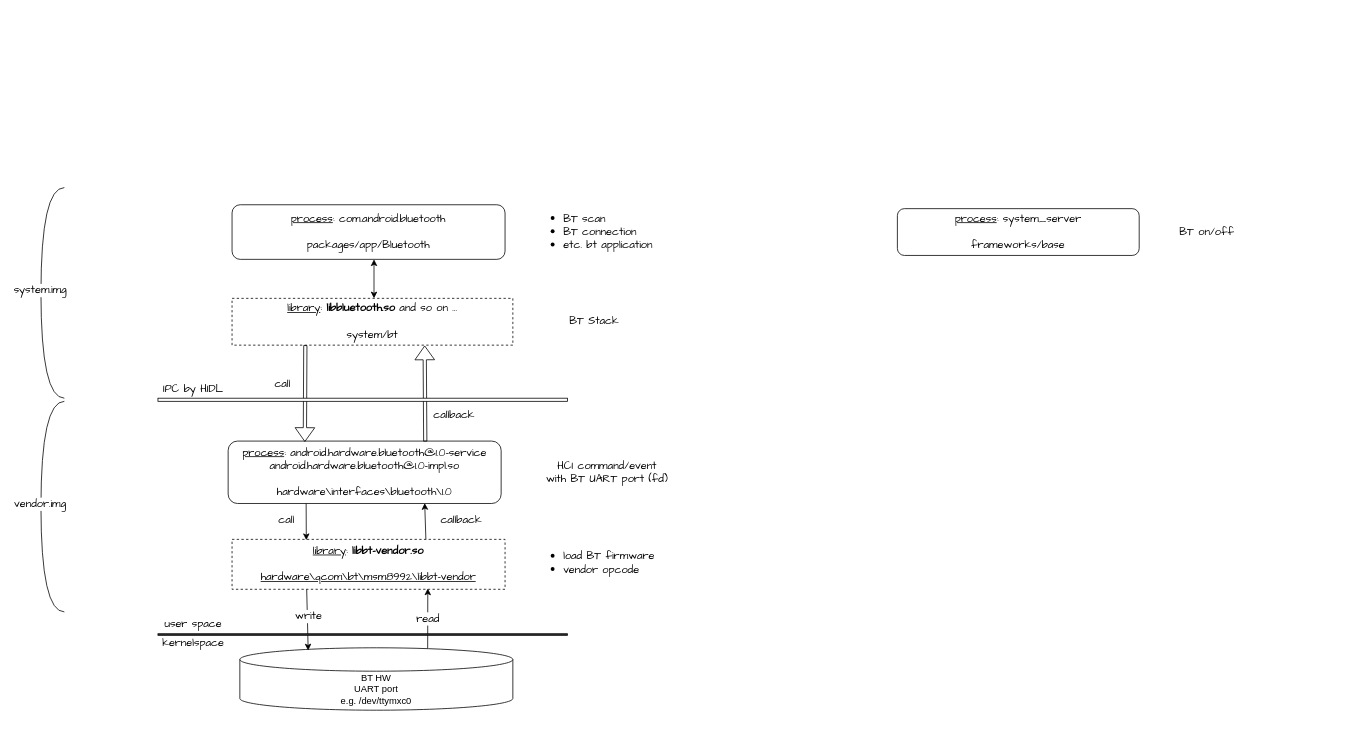
Earlier version of the draw.io diagram BT/diagram/BT module hierachy.drawio (tingkts/Android-WiFi-BT). Source tidied: cells renumbered, new cells numbered last; positions are measured from the earlier drawing's top-left corner, leaving out a move shared by most shapes. Both pictures are drawn from the tidied source at 78%, with x=0, y=0 at pixel (41, 187).
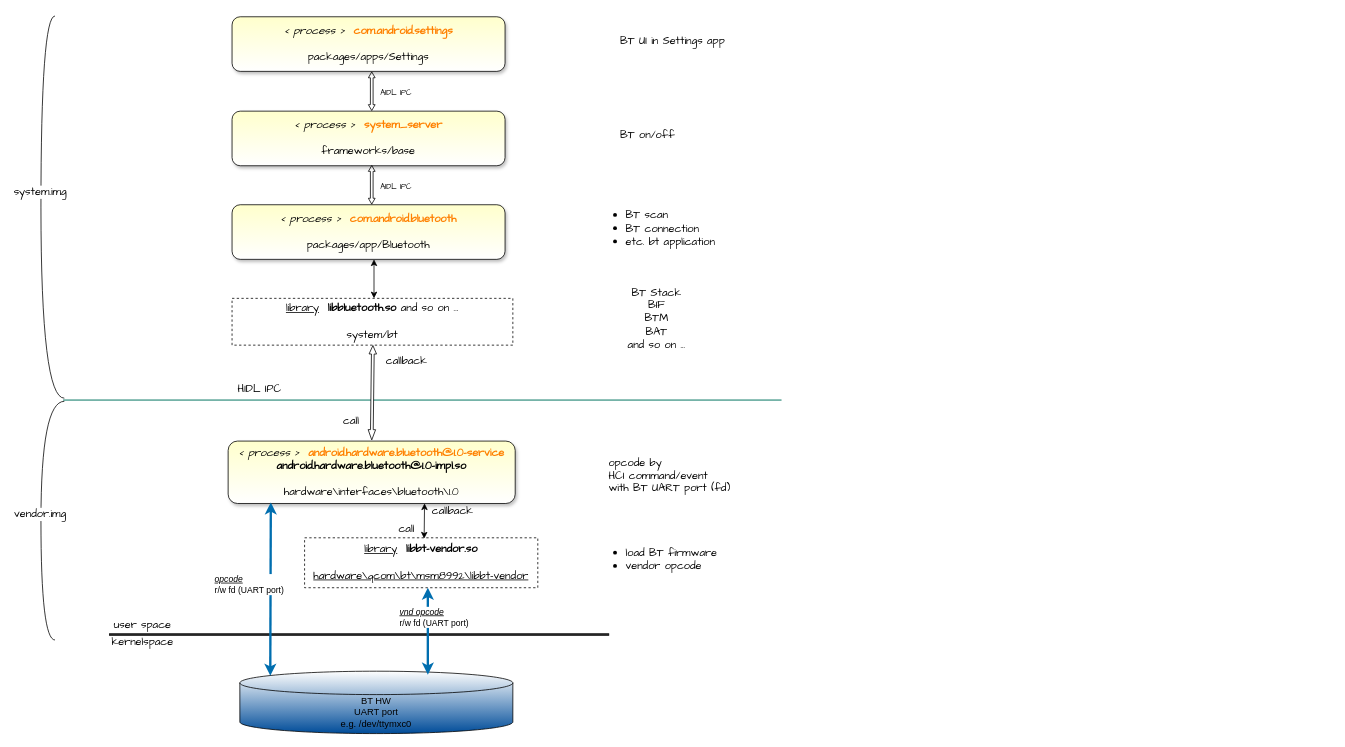
Above is the later version.

Diff of the diagram source:
```diff
@@
-    <mxCell id="2" value="&lt;u style=&quot;font-size: 14px&quot;&gt;process&lt;/u&gt;&lt;span style=&quot;font-size: 14px&quot;&gt;:&lt;/span&gt;&lt;span style=&quot;font-size: 14px&quot;&gt;&amp;nbsp;com.android.bluetooth&lt;/span&gt;&lt;br style=&quot;font-size: 14px&quot;&gt;&lt;br style=&quot;font-size: 14px&quot;&gt;&lt;span style=&quot;font-size: 14px&quot;&gt;packages/app/Bluetooth&lt;/span&gt;" style="rounded=1;whiteSpace=wrap;html=1;fontSize=14;fontFamily=Comic Sans MS;" parent="1" vertex="1">
+    <mxCell id="2" value="&lt;i&gt;&amp;lt; process &amp;gt;&lt;/i&gt;&lt;span style=&quot;font-size: 14px&quot;&gt;&amp;nbsp;&amp;nbsp;&lt;b&gt;&lt;font color=&quot;#ff8000&quot;&gt;com.android.bluetooth&lt;/font&gt;&lt;/b&gt;&lt;/span&gt;&lt;br style=&quot;font-size: 14px&quot;&gt;&lt;br style=&quot;font-size: 14px&quot;&gt;&lt;span style=&quot;font-size: 14px&quot;&gt;packages/app/Bluetooth&lt;/span&gt;" style="rounded=1;whiteSpace=wrap;html=1;fontSize=14;fontFamily=Comic Sans MS;shadow=1;fillColor=#FFFFCC;gradientColor=#ffffff;gradientDirection=south;" parent="1" vertex="1">
       <mxGeometry x="245" y="22" width="350" height="70" as="geometry" />
     </mxCell>
-    <mxCell id="3" value="&lt;u style=&quot;font-size: 14px;&quot;&gt;process&lt;/u&gt;:&amp;nbsp;&lt;span style=&quot;font-size: 14px;&quot;&gt;system_server&lt;br style=&quot;font-size: 14px;&quot;&gt;&lt;br style=&quot;font-size: 14px;&quot;&gt;frameworks/base&lt;br style=&quot;font-size: 14px;&quot;&gt;&lt;/span&gt;" style="rounded=1;whiteSpace=wrap;html=1;fontSize=14;fontFamily=Comic Sans MS;" parent="1" vertex="1">
-      <mxGeometry x="1098" y="27" width="310" height="60" as="geometry" />
+    <mxCell id="3" value="&lt;i&gt;&amp;lt; process &amp;gt;&amp;nbsp;&amp;nbsp;&lt;/i&gt;&lt;span style=&quot;font-size: 14px&quot;&gt;&lt;font color=&quot;#ff8000&quot;&gt;&lt;b&gt;system_server&lt;/b&gt;&lt;br style=&quot;font-size: 14px&quot;&gt;&lt;/font&gt;&lt;br style=&quot;font-size: 14px&quot;&gt;frameworks/base&lt;br style=&quot;font-size: 14px&quot;&gt;&lt;/span&gt;" style="rounded=1;whiteSpace=wrap;html=1;fontSize=14;fontFamily=Comic Sans MS;shadow=1;fillColor=#FFFFCC;gradientColor=#ffffff;" parent="1" vertex="1">
+      <mxGeometry x="245" y="-98" width="350" height="70" as="geometry" />
     </mxCell>
-    <mxCell id="4" value="&lt;span style=&quot;font-size: 14px&quot;&gt;&lt;u&gt;process&lt;/u&gt;: android.hardware.bluetooth@1.0-service&lt;/span&gt;&lt;br style=&quot;font-size: 14px&quot;&gt;&lt;span style=&quot;font-size: 14px&quot;&gt;android.hardware.bluetooth@1.0-impl.so&lt;/span&gt;&lt;br style=&quot;font-size: 14px&quot;&gt;&lt;br style=&quot;font-size: 14px&quot;&gt;&lt;span style=&quot;font-size: 14px&quot;&gt;hardware\interfaces\bluetooth\1.0&lt;/span&gt;" style="rounded=1;whiteSpace=wrap;html=1;fontSize=14;fontFamily=Comic Sans MS;" parent="1" vertex="1">
-      <mxGeometry x="240" y="325" width="350" height="80" as="geometry" />
+    <mxCell id="4" value="&lt;span style=&quot;font-size: 14px&quot;&gt;&lt;i&gt;&amp;lt; process &amp;gt;&amp;nbsp;&lt;/i&gt;&amp;nbsp;&lt;b&gt;&lt;font color=&quot;#ff8000&quot;&gt;android.hardware.bluetooth@1.0-service&lt;/font&gt;&lt;/b&gt;&lt;/span&gt;&lt;br style=&quot;font-size: 14px&quot;&gt;&lt;span style=&quot;font-size: 14px&quot;&gt;&lt;b&gt;android.hardware.bluetooth@1.0-impl.so&lt;/b&gt;&lt;/span&gt;&lt;br style=&quot;font-size: 14px&quot;&gt;&lt;br style=&quot;font-size: 14px&quot;&gt;&lt;span style=&quot;font-size: 14px&quot;&gt;hardware\interfaces\bluetooth\1.0&lt;/span&gt;" style="rounded=1;whiteSpace=wrap;html=1;fontSize=14;fontFamily=Comic Sans MS;shadow=1;gradientDirection=south;fillColor=#FFFFCC;gradientColor=#ffffff;" parent="1" vertex="1">
+      <mxGeometry x="240" y="325" width="368" height="80" as="geometry" />
     </mxCell>
-    <mxCell id="5" value="&lt;u style=&quot;font-size: 14px&quot;&gt;library&lt;/u&gt;&lt;span style=&quot;font-size: 14px&quot;&gt;: &lt;b&gt;libbluetooth.so&lt;/b&gt; and so on ...&lt;/span&gt;&lt;br style=&quot;font-size: 14px&quot;&gt;&lt;br style=&quot;font-size: 14px&quot;&gt;&lt;span style=&quot;font-size: 14px&quot;&gt;system/bt&lt;/span&gt;" style="rounded=0;whiteSpace=wrap;html=1;fontSize=14;fontFamily=Comic Sans MS;dashed=1;" parent="1" vertex="1">
+    <mxCell id="5" value="&lt;u style=&quot;font-size: 14px&quot;&gt;library&lt;/u&gt;&lt;span style=&quot;font-size: 14px&quot;&gt;&amp;nbsp;&amp;nbsp;&lt;/span&gt;&lt;span style=&quot;font-size: 14px&quot;&gt;&lt;b&gt;libbluetooth.so&lt;/b&gt; and so on ...&lt;/span&gt;&lt;br style=&quot;font-size: 14px&quot;&gt;&lt;br style=&quot;font-size: 14px&quot;&gt;&lt;span style=&quot;font-size: 14px&quot;&gt;system/bt&lt;/span&gt;" style="rounded=0;whiteSpace=wrap;html=1;fontSize=14;fontFamily=Comic Sans MS;dashed=1;shadow=0;" parent="1" vertex="1">
       <mxGeometry x="245" y="142" width="360" height="60" as="geometry" />
     </mxCell>
-    <mxCell id="6" value="&lt;u style=&quot;font-size: 14px&quot;&gt;library&lt;/u&gt;&lt;span style=&quot;font-size: 14px&quot;&gt;: &lt;b&gt;libbt-vendor.so&lt;/b&gt;&lt;/span&gt;&lt;br style=&quot;font-size: 14px&quot;&gt;&lt;br style=&quot;font-size: 14px&quot;&gt;&lt;u style=&quot;font-size: 14px&quot;&gt;hardware\qcom\bt\msm8992\libbt-vendor&lt;/u&gt;" style="rounded=0;whiteSpace=wrap;html=1;fontSize=14;fontFamily=Comic Sans MS;dashed=1;" parent="1" vertex="1">
-      <mxGeometry x="245" y="451" width="350" height="64" as="geometry" />
+    <mxCell id="6" value="&lt;u style=&quot;font-size: 14px&quot;&gt;library&lt;/u&gt;&lt;span style=&quot;font-size: 14px&quot;&gt;&amp;nbsp;&amp;nbsp;&lt;/span&gt;&lt;span style=&quot;font-size: 14px&quot;&gt;&lt;b&gt;libbt-vendor.so&lt;/b&gt;&lt;/span&gt;&lt;br style=&quot;font-size: 14px&quot;&gt;&lt;br style=&quot;font-size: 14px&quot;&gt;&lt;u style=&quot;font-size: 14px&quot;&gt;hardware\qcom\bt\msm8992\libbt-vendor&lt;/u&gt;" style="rounded=0;whiteSpace=wrap;html=1;fontSize=14;fontFamily=Comic Sans MS;dashed=1;glass=0;sketch=0;" parent="1" vertex="1">
+      <mxGeometry x="338" y="449" width="299" height="64" as="geometry" />
     </mxCell>
     <mxCell id="7" value="&lt;ul style=&quot;font-size: 14px;&quot;&gt;&lt;li style=&quot;font-size: 14px;&quot;&gt;&lt;font style=&quot;font-size: 14px;&quot;&gt;load BT firmware&lt;/font&gt;&lt;/li&gt;&lt;li style=&quot;font-size: 14px;&quot;&gt;&lt;font style=&quot;font-size: 14px;&quot;&gt;vendor opcode&lt;/font&gt;&lt;/li&gt;&lt;/ul&gt;" style="text;html=1;strokeColor=none;fillColor=none;align=left;verticalAlign=middle;whiteSpace=wrap;rounded=0;fontSize=14;fontFamily=Comic Sans MS;" parent="1" vertex="1">
-      <mxGeometry x="628" y="459" width="196" height="44" as="geometry" />
+      <mxGeometry x="708" y="455" width="196" height="44" as="geometry" />
     </mxCell>
-    <mxCell id="8" style="endArrow=classic;html=1;fontFamily=Comic Sans MS;fontSize=14;entryX=0.272;entryY=0.016;entryDx=0;entryDy=0;entryPerimeter=0;" parent="1" edge="1" target="6">
-      <mxGeometry relative="1" as="geometry">
-        <mxPoint x="340" y="405" as="sourcePoint" />
-        <Array as="points">
-          <mxPoint x="340" y="405" />
-        </Array>
-      </mxGeometry>
-    </mxCell>
-    <mxCell id="9" style="endArrow=classic;html=1;fontFamily=Comic Sans MS;fontSize=14;entryX=0.72;entryY=0.994;entryDx=0;entryDy=0;entryPerimeter=0;exitX=0.71;exitY=0;exitDx=0;exitDy=0;exitPerimeter=0;" parent="1" edge="1" source="6" target="4">
-      <mxGeometry relative="1" as="geometry" />
-    </mxCell>
     <mxCell id="10" value="callback" style="text;html=1;strokeColor=none;fillColor=none;align=center;verticalAlign=middle;whiteSpace=wrap;rounded=0;dashed=1;fontFamily=Comic Sans MS;fontSize=14;" parent="1" vertex="1">
-      <mxGeometry x="519" y="416" width="40" height="20" as="geometry" />
+      <mxGeometry x="508" y="405" width="40" height="20" as="geometry" />
     </mxCell>
-    <mxCell id="11" style="shape=flexArrow;endArrow=classic;html=1;fontFamily=Comic Sans MS;fontSize=14;entryX=0.686;entryY=1.009;entryDx=0;entryDy=0;entryPerimeter=0;width=4.166666666666667;endSize=5.572222222222222;exitX=0.722;exitY=0.007;exitDx=0;exitDy=0;exitPerimeter=0;" parent="1" edge="1" source="4" target="5">
-      <mxGeometry relative="1" as="geometry" />
-    </mxCell>
     <mxCell id="12" value="call" style="text;html=1;strokeColor=none;fillColor=none;align=center;verticalAlign=middle;whiteSpace=wrap;rounded=0;dashed=1;fontFamily=Comic Sans MS;fontSize=14;" parent="1" vertex="1">
-      <mxGeometry x="295" y="416" width="40" height="20" as="geometry" />
+      <mxGeometry x="449" y="428" width="40" height="20" as="geometry" />
     </mxCell>
-    <mxCell id="13" value="call" style="text;html=1;strokeColor=none;fillColor=none;align=center;verticalAlign=middle;whiteSpace=wrap;rounded=0;dashed=1;fontFamily=Comic Sans MS;fontSize=14;" parent="1" vertex="1">
-      <mxGeometry x="290" y="242" width="40" height="20" as="geometry" />
-    </mxCell>
-    <mxCell id="14" style="shape=flexArrow;endArrow=classic;html=1;fontFamily=Comic Sans MS;fontSize=14;width=4.166666666666667;endSize=5.572222222222222;exitX=0.261;exitY=1;exitDx=0;exitDy=0;exitPerimeter=0;entryX=0.281;entryY=0.013;entryDx=0;entryDy=0;entryPerimeter=0;" parent="1" edge="1" source="5" target="4">
-      <mxGeometry relative="1" as="geometry" />
-    </mxCell>
     <mxCell id="15" value="callback" style="text;html=1;strokeColor=none;fillColor=none;align=center;verticalAlign=middle;whiteSpace=wrap;rounded=0;dashed=1;fontFamily=Comic Sans MS;fontSize=14;" parent="1" vertex="1">
-      <mxGeometry x="510" y="282" width="40" height="20" as="geometry" />
+      <mxGeometry x="449" y="213" width="40" height="20" as="geometry" />
     </mxCell>
-    <mxCell id="16" style="rounded=0;whiteSpace=wrap;html=1;fontFamily=Comic Sans MS;fontSize=14;fillColor=#FFFFFF;" parent="1" vertex="1">
-      <mxGeometry x="150" y="270" width="525" height="4" as="geometry" />
+    <mxCell id="16" style="rounded=0;whiteSpace=wrap;html=1;fontFamily=Comic Sans MS;fontSize=14;fillColor=#67AB9F;strokeColor=#67AB9F;" parent="1" vertex="1">
+      <mxGeometry x="29" y="272" width="920" height="1" as="geometry" />
     </mxCell>
-    <mxCell id="17" value="IPC by HIDL" style="text;html=1;strokeColor=none;fillColor=none;align=center;verticalAlign=middle;whiteSpace=wrap;rounded=0;fontFamily=Comic Sans MS;fontSize=14;" parent="1" vertex="1">
-      <mxGeometry x="143" y="248" width="105" height="20" as="geometry" />
+    <mxCell id="17" value="HIDL IPC" style="text;html=1;strokeColor=none;fillColor=none;align=center;verticalAlign=middle;whiteSpace=wrap;rounded=0;fontFamily=Comic Sans MS;fontSize=14;" parent="1" vertex="1">
+      <mxGeometry x="228" y="248" width="105" height="20" as="geometry" />
     </mxCell>
@@
     <mxCell id="19" style="curved=1;endArrow=none;html=1;fontFamily=Comic Sans MS;fontSize=14;edgeStyle=orthogonalEdgeStyle;endFill=0;" parent="1" edge="1">
       <mxGeometry relative="1" as="geometry">
         <mxPoint x="30" y="270" as="sourcePoint" />
-        <mxPoint x="30" as="targetPoint" />
+        <mxPoint x="18" y="-220" as="targetPoint" />
         <Array as="points">
           <mxPoint y="270" />
-          <mxPoint />
+          <mxPoint y="-220" />
         </Array>
       </mxGeometry>
     </mxCell>
     <mxCell id="20" value="system.img" style="edgeLabel;html=1;align=center;verticalAlign=middle;fontSize=14;fontFamily=Comic Sans MS;" parent="19" vertex="1">
       <mxGeometry x="-0.11" y="2" relative="1" as="geometry">
-        <mxPoint y="-22" as="offset" />
+        <mxPoint y="-56" as="offset" />
       </mxGeometry>
     </mxCell>
     <mxCell id="21" style="curved=1;endArrow=none;html=1;fontFamily=Comic Sans MS;fontSize=14;edgeStyle=orthogonalEdgeStyle;endFill=0;" parent="1" edge="1">
       <mxGeometry relative="1" as="geometry">
-        <mxPoint x="30" y="544" as="sourcePoint" />
+        <mxPoint x="18" y="580" as="sourcePoint" />
         <mxPoint x="30" y="274" as="targetPoint" />
         <Array as="points">
-          <mxPoint y="544" />
+          <mxPoint y="580" />
           <mxPoint y="274" />
         </Array>
       </mxGeometry>
     </mxCell>
@@
-    <mxCell id="23" value="HCI command/event with BT UART port (fd)" style="text;html=1;strokeColor=none;fillColor=none;align=center;verticalAlign=middle;whiteSpace=wrap;rounded=0;fontFamily=Comic Sans MS;fontSize=14;" parent="1" vertex="1">
-      <mxGeometry x="646" y="355" width="160" height="20" as="geometry" />
+    <mxCell id="23" value="&lt;br&gt;opcode by&lt;br&gt;HCI command/event with BT UART port (fd)" style="text;html=1;strokeColor=none;fillColor=none;align=left;verticalAlign=middle;whiteSpace=wrap;rounded=0;fontFamily=Comic Sans MS;fontSize=14;" parent="1" vertex="1">
+      <mxGeometry x="726" y="351" width="160" height="20" as="geometry" />
     </mxCell>
     <mxCell id="24" value="&lt;ul style=&quot;font-size: 14px&quot;&gt;&lt;li style=&quot;font-size: 14px&quot;&gt;&lt;font style=&quot;font-size: 14px&quot;&gt;BT scan&lt;/font&gt;&lt;/li&gt;&lt;li style=&quot;font-size: 14px&quot;&gt;&lt;font style=&quot;font-size: 14px&quot;&gt;BT connection&lt;/font&gt;&lt;/li&gt;&lt;li style=&quot;font-size: 14px&quot;&gt;&lt;font style=&quot;font-size: 14px&quot;&gt;etc. bt application&lt;/font&gt;&lt;/li&gt;&lt;/ul&gt;" style="text;html=1;strokeColor=none;fillColor=none;align=left;verticalAlign=middle;whiteSpace=wrap;rounded=0;fontSize=14;fontFamily=Comic Sans MS;" parent="1" vertex="1">
-      <mxGeometry x="628" y="35" width="196" height="44" as="geometry" />
+      <mxGeometry x="708" y="31" width="196" height="44" as="geometry" />
     </mxCell>
-    <mxCell id="25" value="&lt;div&gt;BT Stack&lt;/div&gt;" style="text;html=1;strokeColor=none;fillColor=none;align=center;verticalAlign=middle;whiteSpace=wrap;rounded=0;fontSize=14;fontFamily=Comic Sans MS;" parent="1" vertex="1">
-      <mxGeometry x="628" y="150" width="163" height="44" as="geometry" />
+    <mxCell id="25" value="&lt;div&gt;BT Stack&lt;/div&gt;&lt;div&gt;BIF&lt;/div&gt;&lt;div&gt;BTM&lt;/div&gt;&lt;div&gt;BAT&lt;/div&gt;&lt;div&gt;and so on ...&lt;/div&gt;" style="text;html=1;strokeColor=none;fillColor=none;align=center;verticalAlign=middle;whiteSpace=wrap;rounded=0;fontSize=14;fontFamily=Comic Sans MS;" parent="1" vertex="1">
+      <mxGeometry x="708" y="146" width="163" height="44" as="geometry" />
     </mxCell>
     <mxCell id="26" value="&lt;div&gt;BT on/off&lt;/div&gt;" style="text;html=1;strokeColor=none;fillColor=none;align=left;verticalAlign=middle;whiteSpace=wrap;rounded=0;fontSize=14;fontFamily=Comic Sans MS;" parent="1" vertex="1">
-      <mxGeometry x="1458" y="35" width="196" height="44" as="geometry" />
+      <mxGeometry x="741" y="-89" width="196" height="44" as="geometry" />
     </mxCell>
-    <mxCell id="27" value="BT HW&lt;br&gt;UART port &lt;br&gt;e.g. /dev/ttymxc0" style="shape=cylinder3;whiteSpace=wrap;html=1;boundedLbl=1;backgroundOutline=1;size=15;" parent="1" vertex="1">
-      <mxGeometry x="255" y="590" width="350" height="80" as="geometry" />
+    <mxCell id="27" value="BT HW&lt;br&gt;UART port &lt;br&gt;e.g. /dev/ttymxc0" style="shape=cylinder3;whiteSpace=wrap;html=1;boundedLbl=1;backgroundOutline=1;size=15;gradientColor=#ffffff;fillColor=#004C99;gradientDirection=north;" parent="1" vertex="1">
+      <mxGeometry x="255" y="620" width="350" height="80" as="geometry" />
     </mxCell>
-    <mxCell id="28" value="read" style="endArrow=classic;html=1;fontFamily=Comic Sans MS;fontSize=14;exitX=0.688;exitY=0.01;exitDx=0;exitDy=0;exitPerimeter=0;entryX=0.717;entryY=0.984;entryDx=0;entryDy=0;entryPerimeter=0;" parent="1" edge="1" source="27" target="6">
-      <mxGeometry relative="1" as="geometry" />
-    </mxCell>
-    <mxCell id="29" value="write" style="endArrow=classic;html=1;fontFamily=Comic Sans MS;fontSize=14;exitX=0.262;exitY=1;exitDx=0;exitDy=0;entryX=0.239;entryY=0.042;entryDx=0;entryDy=0;entryPerimeter=0;exitPerimeter=0;" parent="1" edge="1">
-      <mxGeometry x="-0.11" y="1" relative="1" as="geometry">
-        <mxPoint x="340.7" y="515" as="sourcePoint" />
-        <mxPoint x="342.6" y="593.4" as="targetPoint" />
-      </mxGeometry>
-    </mxCell>
     <mxCell id="30" style="rounded=0;whiteSpace=wrap;html=1;fontFamily=Comic Sans MS;fontSize=14;fillColor=#303030;" parent="1" vertex="1">
-      <mxGeometry x="150" y="572" width="525" height="2" as="geometry" />
+      <mxGeometry x="88" y="572" width="640" height="2" as="geometry" />
     </mxCell>
     <mxCell id="31" value="user space" style="text;html=1;strokeColor=none;fillColor=none;align=center;verticalAlign=middle;whiteSpace=wrap;rounded=0;fontFamily=Comic Sans MS;fontSize=14;" parent="1" vertex="1">
-      <mxGeometry x="143" y="550" width="105" height="20" as="geometry" />
+      <mxGeometry x="78" y="550.5" width="105" height="20" as="geometry" />
     </mxCell>
+    <mxCell id="33" style="endArrow=classic;startArrow=classic;html=1;exitX=0.057;exitY=0.073;exitDx=0;exitDy=0;exitPerimeter=0;entryX=0.102;entryY=0.983;entryDx=0;entryDy=0;entryPerimeter=0;strokeWidth=3;fillColor=#1ba1e2;strokeColor=#006EAF;" parent="1" edge="1">
+      <mxGeometry relative="1" as="geometry">
+        <mxPoint x="294" y="625.8" as="sourcePoint" />
+        <mxPoint x="294.7" y="403.6" as="targetPoint" />
+      </mxGeometry>
+    </mxCell>
+    <mxCell id="34" value="&lt;div style=&quot;text-align: left&quot;&gt;&lt;u&gt;&lt;i&gt;opcode&lt;/i&gt;&lt;/u&gt;&lt;/div&gt;r/w fd (UART port)" style="edgeLabel;html=1;align=center;verticalAlign=middle;" parent="33" vertex="1">
+      <mxGeometry x="0.05" y="-1" relative="1" as="geometry">
+        <mxPoint x="-28.4" as="offset" />
+      </mxGeometry>
+    </mxCell>
+    <mxCell id="35" style="endArrow=classic;startArrow=classic;html=1;entryX=0.102;entryY=0.983;entryDx=0;entryDy=0;entryPerimeter=0;exitX=0.843;exitY=0.055;exitDx=0;exitDy=0;exitPerimeter=0;strokeWidth=3;fillColor=#1ba1e2;strokeColor=#006EAF;" parent="1" edge="1">
+      <mxGeometry relative="1" as="geometry">
+        <mxPoint x="496" y="624.4" as="sourcePoint" />
+        <mxPoint x="496" y="513" as="targetPoint" />
+      </mxGeometry>
+    </mxCell>
+    <mxCell id="36" value="&lt;div style=&quot;text-align: left&quot;&gt;&amp;nbsp; &lt;u&gt;&lt;i&gt;vnd opcode&lt;/i&gt;&lt;/u&gt;&lt;/div&gt;&amp;nbsp; r/w fd (UART port)&amp;nbsp;&amp;nbsp;" style="edgeLabel;html=1;align=center;verticalAlign=middle;labelBackgroundColor=#FFFFFF;" parent="35" vertex="1">
+      <mxGeometry x="0.05" y="-1" relative="1" as="geometry">
+        <mxPoint x="6" y="-15.6" as="offset" />
+      </mxGeometry>
+    </mxCell>
+    <mxCell id="37" style="shape=flexArrow;endArrow=classic;startArrow=classic;html=1;entryX=0.424;entryY=1;entryDx=0;entryDy=0;entryPerimeter=0;exitX=0.446;exitY=-0.012;exitDx=0;exitDy=0;exitPerimeter=0;width=3.488372093023256;endWidth=5.116279069767442;endSize=3.2860465116279074;startWidth=5.116279069767442;startSize=4.053488372093024;fillColor=#ffffff;" parent="1" edge="1">
+      <mxGeometry relative="1" as="geometry">
+        <mxPoint x="424.1" y="324" as="sourcePoint" />
+        <mxPoint x="425.6" y="202" as="targetPoint" />
+      </mxGeometry>
+    </mxCell>
+    <mxCell id="13" value="call" style="text;html=1;strokeColor=none;fillColor=none;align=center;verticalAlign=middle;whiteSpace=wrap;rounded=0;dashed=1;fontFamily=Comic Sans MS;fontSize=14;" parent="1" vertex="1">
+      <mxGeometry x="378" y="290" width="40" height="20" as="geometry" />
+    </mxCell>
+    <mxCell id="38" style="endArrow=classic;startArrow=classic;html=1;entryX=0.651;entryY=0.997;entryDx=0;entryDy=0;entryPerimeter=0;exitX=0.481;exitY=0.015;exitDx=0;exitDy=0;exitPerimeter=0;" parent="1" edge="1">
+      <mxGeometry relative="1" as="geometry">
+        <mxPoint x="491.3" y="450" as="sourcePoint" />
+        <mxPoint x="491.8" y="404.8" as="targetPoint" />
+      </mxGeometry>
+    </mxCell>
+    <mxCell id="39" style="shape=flexArrow;endArrow=classic;startArrow=classic;html=1;entryX=0.646;entryY=1.003;entryDx=0;entryDy=0;entryPerimeter=0;width=3.488372093023256;endWidth=4.1912433415616475;endSize=2.1687150837988827;startWidth=4.1912433415616475;startSize=2.1687150837988827;exitX=0.628;exitY=0.012;exitDx=0;exitDy=0;exitPerimeter=0;" parent="1" edge="1">
+      <mxGeometry relative="1" as="geometry">
+        <mxPoint x="424.1" y="21.7" as="sourcePoint" />
+        <mxPoint x="424.1" y="-28.8" as="targetPoint" />
+      </mxGeometry>
+    </mxCell>
+    <mxCell id="40" value="&lt;i&gt;&amp;lt; process &amp;gt;&amp;nbsp;&amp;nbsp;&lt;/i&gt;&lt;span style=&quot;font-size: 14px&quot;&gt;&lt;font color=&quot;#ff8000&quot;&gt;&lt;b&gt;com.android.settings&lt;/b&gt;&lt;br style=&quot;font-size: 14px&quot;&gt;&lt;/font&gt;&lt;br style=&quot;font-size: 14px&quot;&gt;packages/apps/Settings&lt;br style=&quot;font-size: 14px&quot;&gt;&lt;/span&gt;" style="rounded=1;whiteSpace=wrap;html=1;fontSize=14;fontFamily=Comic Sans MS;shadow=1;fillColor=#FFFFCC;gradientColor=#ffffff;" parent="1" vertex="1">
+      <mxGeometry x="245" y="-219" width="350" height="70" as="geometry" />
+    </mxCell>
+    <mxCell id="41" value="&lt;div&gt;BT UI in Settings app&lt;/div&gt;" style="text;html=1;strokeColor=none;fillColor=none;align=left;verticalAlign=middle;whiteSpace=wrap;rounded=0;fontSize=14;fontFamily=Comic Sans MS;" parent="1" vertex="1">
+      <mxGeometry x="741" y="-210" width="196" height="44" as="geometry" />
+    </mxCell>
+    <mxCell id="42" style="shape=flexArrow;endArrow=classic;startArrow=classic;html=1;entryX=0.646;entryY=1.003;entryDx=0;entryDy=0;entryPerimeter=0;width=3.488372093023256;endWidth=4.1912433415616475;endSize=2.1687150837988827;startWidth=4.1912433415616475;startSize=2.1687150837988827;exitX=0.628;exitY=0.012;exitDx=0;exitDy=0;exitPerimeter=0;" parent="1" edge="1">
+      <mxGeometry relative="1" as="geometry">
+        <mxPoint x="424.1" y="-98.3" as="sourcePoint" />
+        <mxPoint x="424.1" y="-148.8" as="targetPoint" />
+      </mxGeometry>
+    </mxCell>
+    <mxCell id="43" value="AIDL IPC" style="text;html=1;strokeColor=none;align=center;verticalAlign=middle;whiteSpace=wrap;rounded=0;fontFamily=Comic Sans MS;fontSize=10;" parent="1" vertex="1">
+      <mxGeometry x="403" y="-10" width="105" height="15" as="geometry" />
+    </mxCell>
+    <mxCell id="44" value="AIDL IPC" style="text;html=1;strokeColor=none;align=center;verticalAlign=middle;whiteSpace=wrap;rounded=0;fontFamily=Comic Sans MS;fontSize=10;" parent="1" vertex="1">
+      <mxGeometry x="403" y="-130" width="105" height="15" as="geometry" />
+    </mxCell>
     <mxCell id="32" value="kernelspace" style="text;html=1;strokeColor=none;fillColor=none;align=center;verticalAlign=middle;whiteSpace=wrap;rounded=0;fontFamily=Comic Sans MS;fontSize=14;" parent="1" vertex="1">
-      <mxGeometry x="143" y="574" width="105" height="20" as="geometry" />
+      <mxGeometry x="78" y="567.5" width="105" height="30" as="geometry" />
     </mxCell>
```
